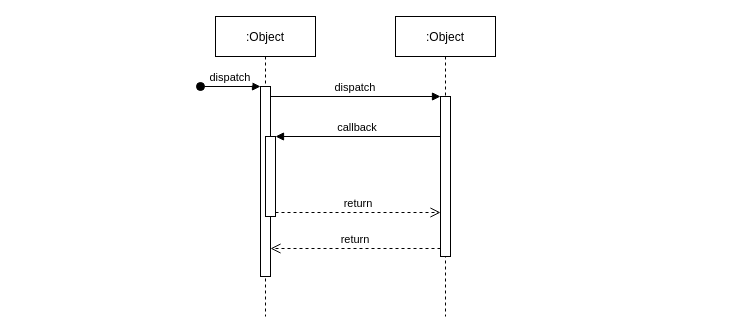
The draw.io diagram Diagram/Sequence Diagram.drawio in jonathanha52/SE104.L23.PMCL, before the edit. Source tidied: cells renumbered, new cells numbered last; positions are measured from the earlier drawing's top-left corner, leaving out a move shared by most shapes. Both pictures are drawn from the tidied source at 100%, with x=0, y=0 at pixel (200, 16).
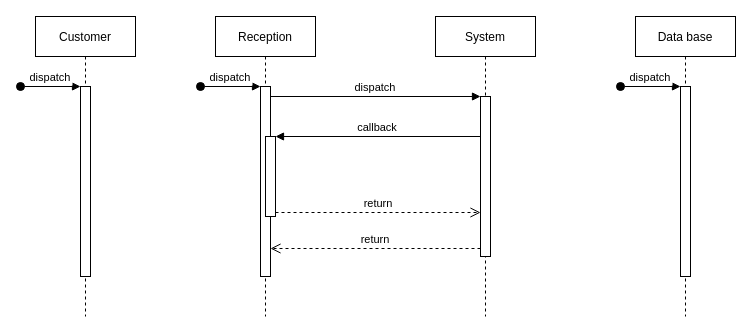
The same diagram, later.

Commit message:
(Sequence Diagram) defind object

Diff of the diagram source:
```diff
@@
 <mxGraphModel>
   <root>
     <mxCell id="0" />
     <mxCell id="1" parent="0" />
-    <mxCell id="2" value=":Object" style="shape=umlLifeline;perimeter=lifelinePerimeter;rounded=0;shadow=0;strokeWidth=1;" parent="1" vertex="1">
+    <mxCell id="2" value="Reception" style="shape=umlLifeline;perimeter=lifelinePerimeter;rounded=0;shadow=0;strokeWidth=1;" parent="1" vertex="1">
       <mxGeometry x="15" width="100" height="300" as="geometry" />
     </mxCell>
     <mxCell id="3" style="points=[];perimeter=orthogonalPerimeter;rounded=0;shadow=0;strokeWidth=1;" parent="2" vertex="1">
       <mxGeometry x="45" y="70" width="10" height="190" as="geometry" />
     </mxCell>
     <mxCell id="4" value="dispatch" style="verticalAlign=bottom;startArrow=oval;endArrow=block;startSize=8;shadow=0;strokeWidth=1;" parent="2" edge="1" target="3">
       <mxGeometry relative="1" as="geometry">
         <mxPoint x="-15" y="70" as="sourcePoint" />
       </mxGeometry>
     </mxCell>
     <mxCell id="5" style="points=[];perimeter=orthogonalPerimeter;rounded=0;shadow=0;strokeWidth=1;" parent="2" vertex="1">
       <mxGeometry x="50" y="120" width="10" height="80" as="geometry" />
     </mxCell>
-    <mxCell id="6" value=":Object" style="shape=umlLifeline;perimeter=lifelinePerimeter;rounded=0;shadow=0;strokeWidth=1;" parent="1" vertex="1">
-      <mxGeometry x="195" width="100" height="300" as="geometry" />
+    <mxCell id="6" value="System" style="shape=umlLifeline;perimeter=lifelinePerimeter;rounded=0;shadow=0;strokeWidth=1;" parent="1" vertex="1">
+      <mxGeometry x="235" width="100" height="300" as="geometry" />
     </mxCell>
     <mxCell id="7" style="points=[];perimeter=orthogonalPerimeter;rounded=0;shadow=0;strokeWidth=1;" parent="6" vertex="1">
       <mxGeometry x="45" y="80" width="10" height="160" as="geometry" />
     </mxCell>
     <mxCell id="8" value="return" style="verticalAlign=bottom;endArrow=open;dashed=1;endSize=8;exitX=0;exitY=0.95;shadow=0;strokeWidth=1;" parent="1" edge="1" source="7" target="3">
       <mxGeometry relative="1" as="geometry" />
     </mxCell>
     <mxCell id="9" value="dispatch" style="verticalAlign=bottom;endArrow=block;entryX=0;entryY=0;shadow=0;strokeWidth=1;" parent="1" edge="1" source="3" target="7">
       <mxGeometry relative="1" as="geometry" />
     </mxCell>
     <mxCell id="10" value="callback" style="verticalAlign=bottom;endArrow=block;entryX=1;entryY=0;shadow=0;strokeWidth=1;" parent="1" edge="1" source="7" target="5">
       <mxGeometry relative="1" as="geometry" />
     </mxCell>
     <mxCell id="11" value="return" style="verticalAlign=bottom;endArrow=open;dashed=1;endSize=8;exitX=1;exitY=0.95;shadow=0;strokeWidth=1;" parent="1" edge="1" source="5" target="7">
       <mxGeometry relative="1" as="geometry" />
     </mxCell>
+    <mxCell id="12" value="Customer" style="shape=umlLifeline;perimeter=lifelinePerimeter;rounded=0;shadow=0;strokeWidth=1;" parent="1" vertex="1">
+      <mxGeometry x="-165" width="100" height="300" as="geometry" />
+    </mxCell>
+    <mxCell id="13" style="points=[];perimeter=orthogonalPerimeter;rounded=0;shadow=0;strokeWidth=1;" parent="12" vertex="1">
+      <mxGeometry x="45" y="70" width="10" height="190" as="geometry" />
+    </mxCell>
+    <mxCell id="14" value="dispatch" style="verticalAlign=bottom;startArrow=oval;endArrow=block;startSize=8;shadow=0;strokeWidth=1;" parent="12" edge="1" target="13">
+      <mxGeometry relative="1" as="geometry">
+        <mxPoint x="-15" y="70" as="sourcePoint" />
+      </mxGeometry>
+    </mxCell>
+    <mxCell id="15" value="Data base" style="shape=umlLifeline;perimeter=lifelinePerimeter;rounded=0;shadow=0;strokeWidth=1;" parent="1" vertex="1">
+      <mxGeometry x="435" width="100" height="300" as="geometry" />
+    </mxCell>
+    <mxCell id="16" style="points=[];perimeter=orthogonalPerimeter;rounded=0;shadow=0;strokeWidth=1;" parent="15" vertex="1">
+      <mxGeometry x="45" y="70" width="10" height="190" as="geometry" />
+    </mxCell>
+    <mxCell id="17" value="dispatch" style="verticalAlign=bottom;startArrow=oval;endArrow=block;startSize=8;shadow=0;strokeWidth=1;" parent="15" edge="1" target="16">
+      <mxGeometry relative="1" as="geometry">
+        <mxPoint x="-15" y="70" as="sourcePoint" />
+      </mxGeometry>
+    </mxCell>
   </root>
 </mxGraphModel>
```
